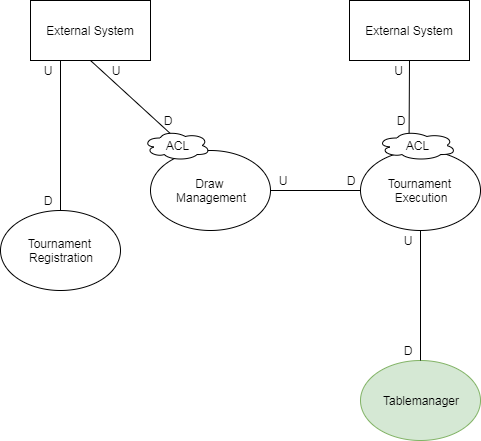
baloise/pitches keeps this draw.io diagram as img/contextMap.png. Above is the earlier version. Source tidied: cells renumbered, new cells last; positions are measured from the earlier drawing's top-left corner, leaving out a move shared by most shapes.
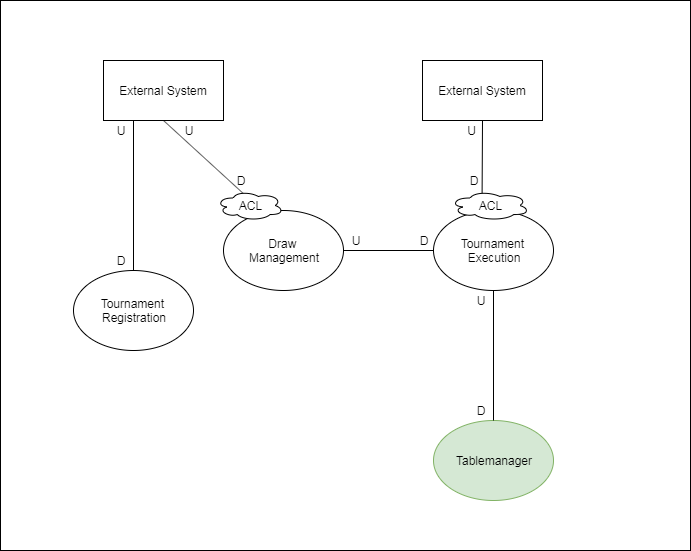
After the commit.

The edit, as a diff of the source:
```diff
@@ -2,6 +2,9 @@
   <root>
     <mxCell id="0" />
     <mxCell id="1" parent="0" />
+    <mxCell id="25" style="rounded=0;whiteSpace=wrap;html=1;" parent="1" vertex="1">
+      <mxGeometry x="-73" y="-60" width="690" height="550" as="geometry" />
+    </mxCell>
     <mxCell id="2" value="Tournament&amp;nbsp;&lt;br&gt;Registration" style="ellipse;whiteSpace=wrap;html=1;" parent="1" vertex="1">
       <mxGeometry y="210" width="120" height="80" as="geometry" />
     </mxCell>
```
